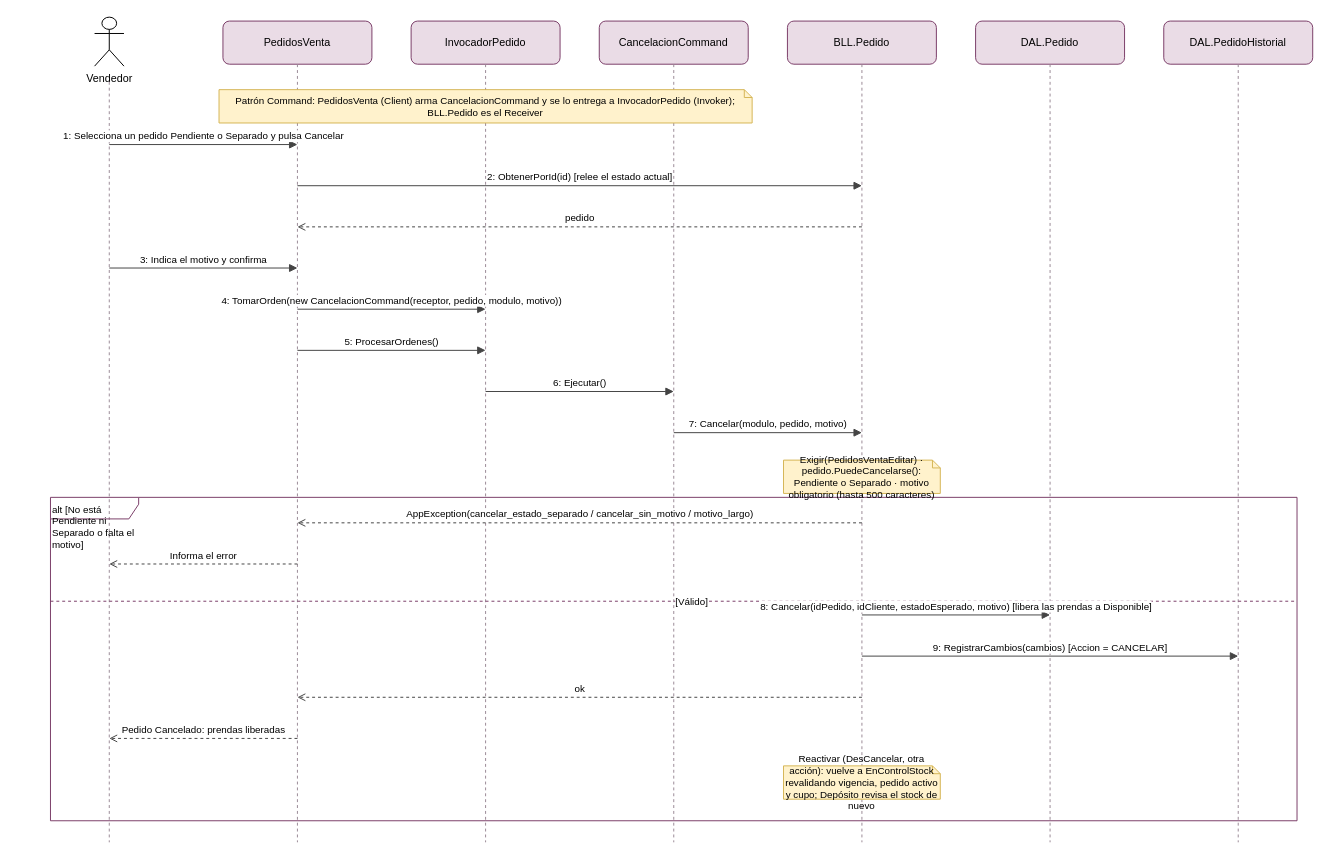
Before: docs/diagramas/drawio/DSS_PN01_CU07_CancelarPedido.drawio in valentinamorana/Trabajo-de-Diploma, a draw.io diagram. Source tidied: cells renumbered, new cells numbered last; positions are measured from the earlier drawing's top-left corner, leaving out a move shared by most shapes. Both pictures are drawn from the tidied source at 98%, with x=0, y=0 at pixel (50, 17).
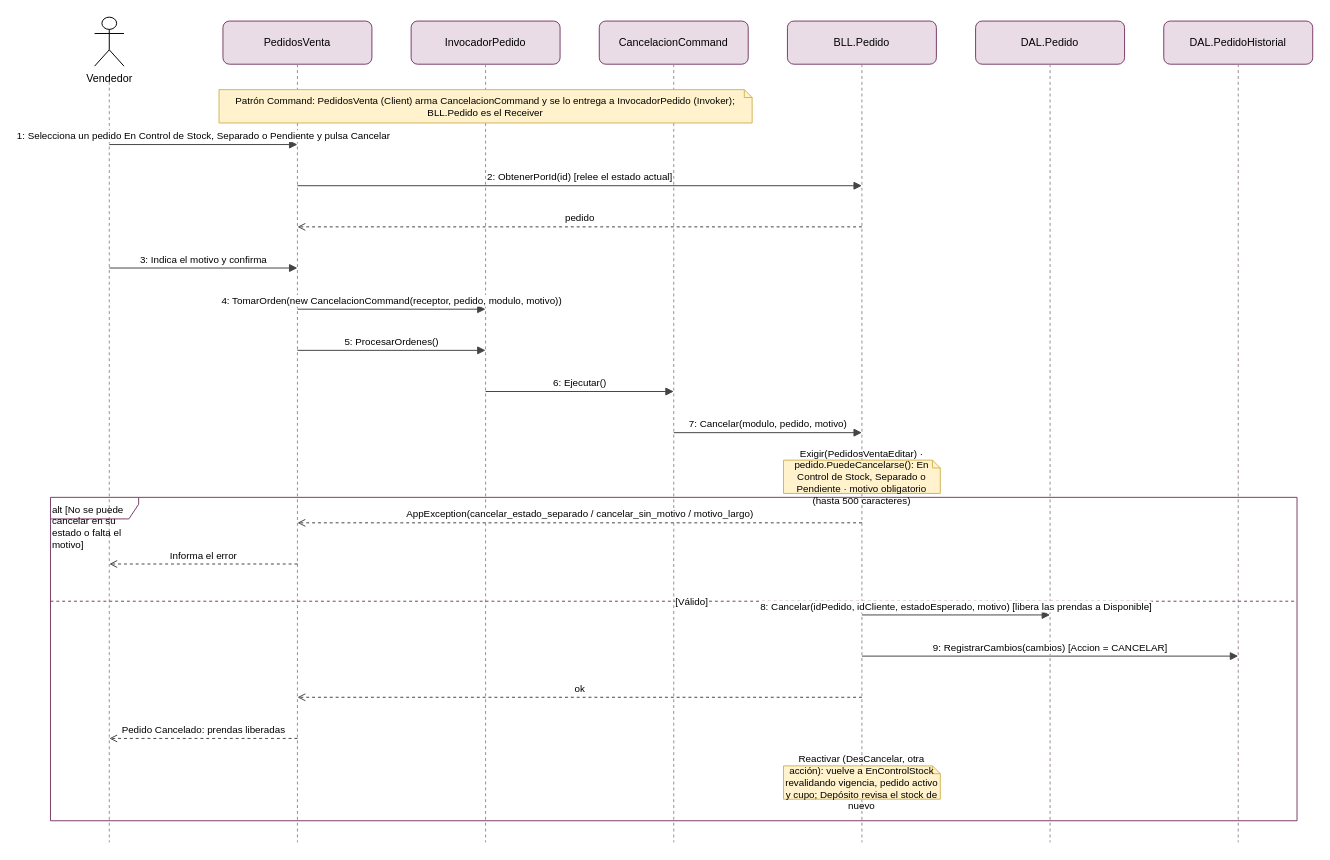
The same page after the edit.

The edit, as a diff of the source:
```diff
@@
-    <mxCell id="16" value="alt [No está Pendiente ni Separado o falta el motivo]" style="shape=umlFrame;whiteSpace=wrap;html=1;fillColor=none;strokeColor=#7a3d68;align=left;verticalAlign=top;fontSize=10;width=90;height=22;" parent="1" vertex="1">
+    <mxCell id="16" value="alt [No se puede cancelar en su estado o falta el motivo]" style="shape=umlFrame;whiteSpace=wrap;html=1;fillColor=none;strokeColor=#7a3d68;align=left;verticalAlign=top;fontSize=10;width=90;height=22;" parent="1" vertex="1">
       <mxGeometry y="490" width="1272" height="330" as="geometry" />
     </mxCell>
@@
-    <mxCell id="19" value="Exigir(PedidosVentaEditar) · pedido.PuedeCancelarse(): Pendiente o Separado · motivo obligatorio (hasta 500 caracteres)" style="shape=note;whiteSpace=wrap;html=1;fillColor=#FFF2CC;strokeColor=#d6b656;fontSize=10;size=8;" parent="1" vertex="1">
+    <mxCell id="19" value="Exigir(PedidosVentaEditar) · pedido.PuedeCancelarse(): En Control de Stock, Separado o Pendiente · motivo obligatorio (hasta 500 caracteres)" style="shape=note;whiteSpace=wrap;html=1;fillColor=#FFF2CC;strokeColor=#d6b656;fontSize=10;size=8;" parent="1" vertex="1">
       <mxGeometry x="748" y="452" width="160" height="34" as="geometry" />
     </mxCell>
@@
-    <mxCell id="21" value="1: Selecciona un pedido Pendiente o Separado y pulsa Cancelar" style="html=1;verticalAlign=bottom;endArrow=block;endFill=1;fontSize=10;strokeColor=#444;" parent="1" edge="1">
+    <mxCell id="21" value="1: Selecciona un pedido En Control de Stock, Separado o Pendiente y pulsa Cancelar" style="html=1;verticalAlign=bottom;endArrow=block;endFill=1;fontSize=10;strokeColor=#444;" parent="1" edge="1">
       <mxGeometry relative="1" as="geometry">
         <mxPoint x="60" y="130" as="sourcePoint" />
         <mxPoint x="252" y="130" as="targetPoint" />
       </mxGeometry>
     </mxCell>
```
